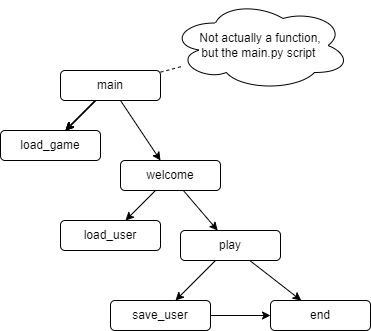
This is plans/functions.drawio.png from physcrowley/csaq1-p6-exemplar, a draw.io export, as it was before one commit. Source tidied: cells renumbered, new cells last; positions are measured from the earlier drawing's top-left corner, leaving out a move shared by most shapes.
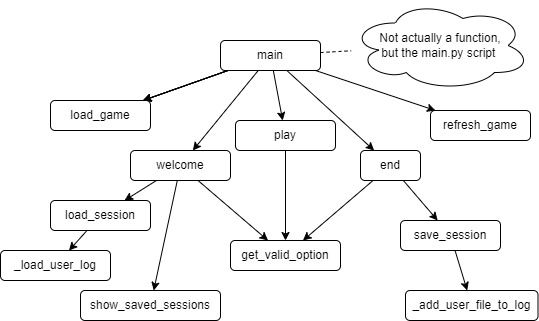
Above is the later version.

The edit, as a diff of the source:
```diff
@@ -17,47 +17,80 @@
     <mxCell id="6" style="edgeStyle=none;html=1;" parent="1" edge="1" source="7" target="11">
       <mxGeometry relative="1" as="geometry" />
     </mxCell>
+    <mxCell id="21" style="edgeStyle=none;html=1;" parent="1" edge="1" source="7" target="32">
+      <mxGeometry relative="1" as="geometry" />
+    </mxCell>
     <mxCell id="7" value="main" style="rounded=1;whiteSpace=wrap;html=1;" parent="1" vertex="1">
-      <mxGeometry x="60" y="70" width="100" height="30" as="geometry" />
+      <mxGeometry x="210" y="40" width="100" height="30" as="geometry" />
     </mxCell>
     <mxCell id="8" value="load_game" style="rounded=1;whiteSpace=wrap;html=1;" parent="1" vertex="1">
-      <mxGeometry y="130" width="100" height="30" as="geometry" />
+      <mxGeometry x="40" y="100" width="100" height="30" as="geometry" />
     </mxCell>
     <mxCell id="9" style="edgeStyle=none;html=1;" parent="1" edge="1" source="11" target="12">
       <mxGeometry relative="1" as="geometry" />
     </mxCell>
-    <mxCell id="10" style="edgeStyle=none;html=1;" parent="1" edge="1" source="11" target="15">
+    <mxCell id="10" style="edgeStyle=none;html=1;" parent="1" edge="1" source="7" target="15">
       <mxGeometry relative="1" as="geometry" />
     </mxCell>
+    <mxCell id="22" style="edgeStyle=none;html=1;" parent="1" edge="1" source="11" target="31">
+      <mxGeometry relative="1" as="geometry" />
+    </mxCell>
     <mxCell id="11" value="welcome" style="rounded=1;whiteSpace=wrap;html=1;" parent="1" vertex="1">
-      <mxGeometry x="120" y="160" width="100" height="30" as="geometry" />
+      <mxGeometry x="120" y="150" width="100" height="30" as="geometry" />
     </mxCell>
+    <mxCell id="23" style="edgeStyle=none;html=1;" parent="1" edge="1" source="12" target="28">
+      <mxGeometry relative="1" as="geometry" />
+    </mxCell>
-    <mxCell id="12" value="load_user" style="rounded=1;whiteSpace=wrap;html=1;" parent="1" vertex="1">
-      <mxGeometry x="60" y="220" width="100" height="30" as="geometry" />
+    <mxCell id="12" value="load_session" style="rounded=1;whiteSpace=wrap;html=1;" parent="1" vertex="1">
+      <mxGeometry x="40" y="200" width="100" height="30" as="geometry" />
     </mxCell>
-    <mxCell id="13" style="edgeStyle=none;html=1;" parent="1" edge="1" source="15" target="17">
+    <mxCell id="13" style="edgeStyle=none;html=1;" parent="1" edge="1" source="18" target="17">
       <mxGeometry relative="1" as="geometry" />
     </mxCell>
-    <mxCell id="14" style="edgeStyle=none;html=1;" parent="1" edge="1" source="15" target="18">
+    <mxCell id="14" style="edgeStyle=none;html=1;" parent="1" edge="1" source="7" target="18">
       <mxGeometry relative="1" as="geometry" />
     </mxCell>
+    <mxCell id="24" style="edgeStyle=none;html=1;" parent="1" edge="1" source="15" target="31">
+      <mxGeometry relative="1" as="geometry" />
+    </mxCell>
     <mxCell id="15" value="play" style="rounded=1;whiteSpace=wrap;html=1;" parent="1" vertex="1">
-      <mxGeometry x="180" y="230" width="100" height="30" as="geometry" />
+      <mxGeometry x="225" y="120" width="100" height="30" as="geometry" />
     </mxCell>
-    <mxCell id="16" style="edgeStyle=none;html=1;" parent="1" edge="1" source="17" target="18">
-      <mxGeometry relative="1" as="geometry" />
-    </mxCell>
+    <mxCell id="25" style="edgeStyle=none;html=1;" parent="1" edge="1" source="17" target="29">
+      <mxGeometry relative="1" as="geometry" />
+    </mxCell>
+    <mxCell id="26" style="edgeStyle=none;html=1;" parent="1" edge="1" source="11" target="30">
+      <mxGeometry relative="1" as="geometry" />
+    </mxCell>
+    <mxCell id="27" style="edgeStyle=none;html=1;" parent="1" edge="1" source="18" target="31">
+      <mxGeometry relative="1" as="geometry" />
+    </mxCell>
-    <mxCell id="17" value="save_user" style="rounded=1;whiteSpace=wrap;html=1;" parent="1" vertex="1">
-      <mxGeometry x="110" y="300" width="100" height="30" as="geometry" />
+    <mxCell id="17" value="save_session" style="rounded=1;whiteSpace=wrap;html=1;" parent="1" vertex="1">
+      <mxGeometry x="390" y="220" width="100" height="30" as="geometry" />
     </mxCell>
     <mxCell id="18" value="end" style="rounded=1;whiteSpace=wrap;html=1;" parent="1" vertex="1">
-      <mxGeometry x="270" y="300" width="100" height="30" as="geometry" />
+      <mxGeometry x="350" y="150" width="60" height="30" as="geometry" />
     </mxCell>
     <mxCell id="19" value="Not actually a function, but the main.py script&amp;nbsp;" style="ellipse;shape=cloud;whiteSpace=wrap;html=1;spacingLeft=20;spacingRight=20;" parent="1" vertex="1">
-      <mxGeometry x="170" width="180" height="90" as="geometry" />
+      <mxGeometry x="340" width="180" height="90" as="geometry" />
     </mxCell>
     <mxCell id="20" style="endArrow=none;dashed=1;html=1;" parent="1" edge="1" source="7" target="19">
       <mxGeometry relative="1" as="geometry" />
     </mxCell>
+    <mxCell id="28" value="_load_user_log" style="rounded=1;whiteSpace=wrap;html=1;" parent="1" vertex="1">
+      <mxGeometry x="-10" y="250" width="110" height="30" as="geometry" />
+    </mxCell>
+    <mxCell id="29" value="_add_user_file_to_log" style="rounded=1;whiteSpace=wrap;html=1;" parent="1" vertex="1">
+      <mxGeometry x="395" y="290" width="132.5" height="30" as="geometry" />
+    </mxCell>
+    <mxCell id="30" value="show_saved_sessions" style="rounded=1;whiteSpace=wrap;html=1;" parent="1" vertex="1">
+      <mxGeometry x="70" y="290" width="140" height="30" as="geometry" />
+    </mxCell>
+    <mxCell id="31" value="get_valid_option" style="rounded=1;whiteSpace=wrap;html=1;" parent="1" vertex="1">
+      <mxGeometry x="220" y="240" width="110" height="30" as="geometry" />
+    </mxCell>
+    <mxCell id="32" value="refresh_game" style="rounded=1;whiteSpace=wrap;html=1;" parent="1" vertex="1">
+      <mxGeometry x="420" y="110" width="100" height="30" as="geometry" />
+    </mxCell>
   </root>
 </mxGraphModel>
```
